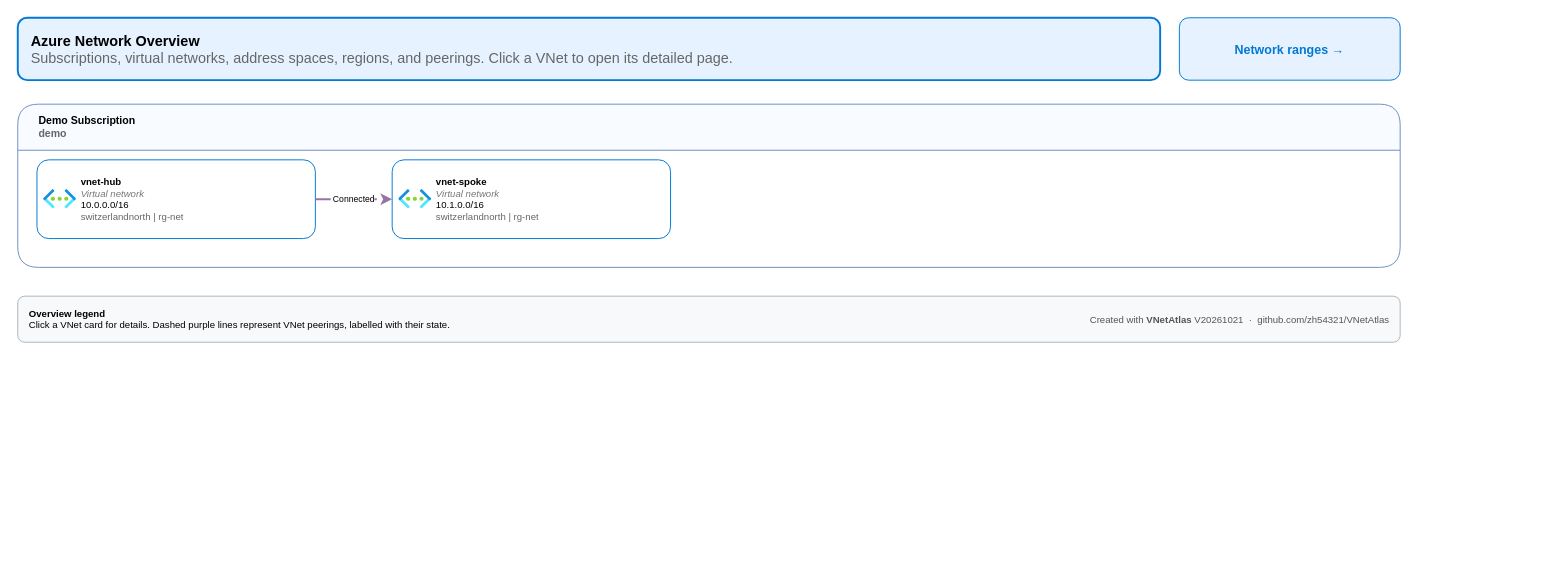
The draw.io diagram page "Network Overview" (1 of 17) of sample-network.drawio in zh54321/VNetAtlas, before the edit. Source tidied: cells renumbered, new cells numbered last; positions are measured from the earlier drawing's top-left corner, leaving out a move shared by most shapes. Both pictures are drawn from the tidied source at 96%, with x=0, y=0 at pixel (17, 17).
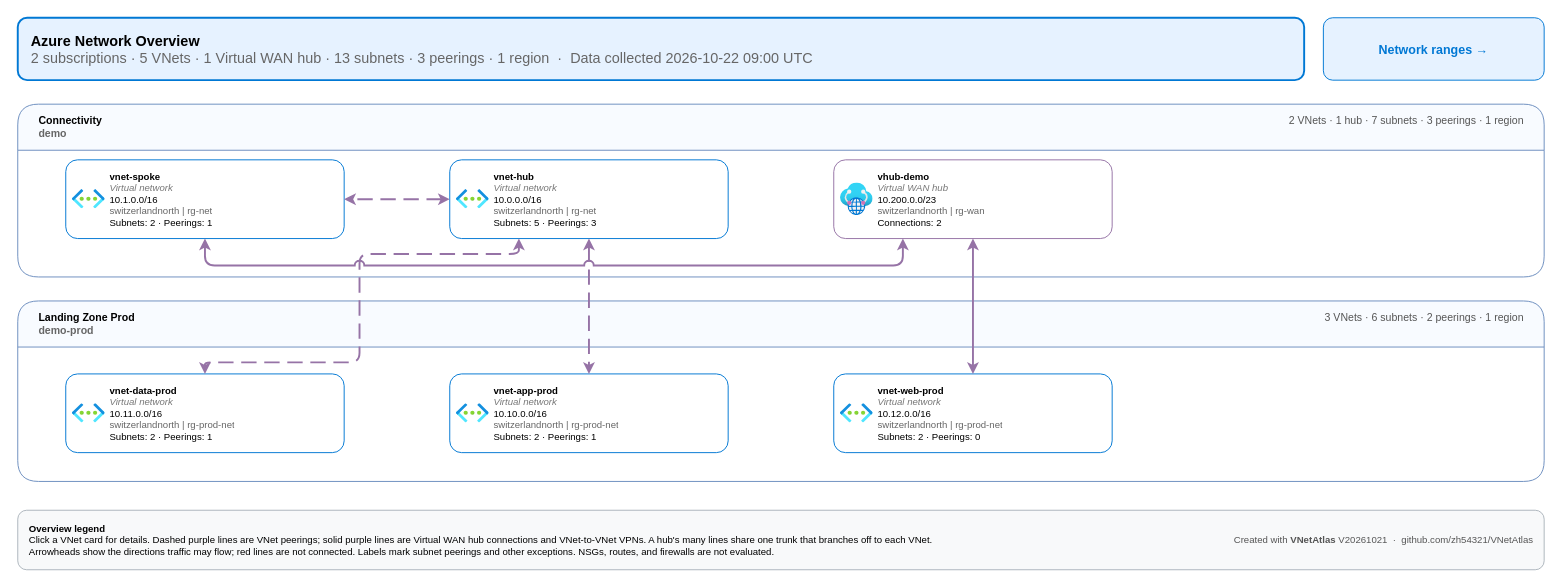
The same diagram, later.

What changed in the source:
```diff
@@
+    <mxCell id="11" parent="0" />
-    <mxCell id="3" value="&lt;b&gt;Azure Network Overview&lt;/b&gt;&lt;br&gt;&lt;font color='#666666'&gt;Subscriptions, virtual networks, address spaces, regions, and peerings. Click a VNet to open its detailed page.&lt;/font&gt;" style="rounded=1;whiteSpace=wrap;html=1;fillColor=light-dark(#e6f2ff,#1d2d40);strokeColor=light-dark(#0078d4,#4a9be0);strokeWidth=2;fontSize=15;align=left;spacingLeft=12;fontColor=light-dark(#000000,#dcdde0);" parent="1" vertex="1">
-      <mxGeometry width="1190" height="65" as="geometry" />
+    <mxCell id="3" value="&lt;b&gt;Azure Network Overview&lt;/b&gt;&lt;br&gt;&lt;font color='#666666'&gt;2 subscriptions &amp;#183; 5 VNets &amp;#183; 1 Virtual WAN hub &amp;#183; 13 subnets &amp;#183; 3 peerings &amp;#183; 1 region &amp;nbsp;&amp;#183;&amp;nbsp; Data collected 2026-10-22 09:00 UTC&lt;/font&gt;" style="rounded=1;whiteSpace=wrap;html=1;fillColor=light-dark(#e6f2ff,#1d2d40);strokeColor=light-dark(#0078d4,#4a9be0);strokeWidth=2;fontSize=15;align=left;spacingLeft=12;fontColor=light-dark(#000000,#dcdde0);" parent="1" vertex="1">
+      <mxGeometry width="1340" height="65" as="geometry" />
     </mxCell>
     <mxCell id="4" value="Network ranges &amp;#8594;" style="rounded=1;whiteSpace=wrap;html=1;fillColor=light-dark(#e6f2ff,#1d2d40);strokeColor=light-dark(#0078d4,#4a9be0);fontColor=light-dark(#0078d4,#6cb6ff);fontStyle=1;fontSize=13;" parent="1" vertex="1">
-      <mxGeometry x="1210" width="230" height="65" as="geometry" />
+      <mxGeometry x="1360" width="230" height="65" as="geometry" />
     </mxCell>
-    <mxCell id="5" value="&lt;b&gt;Demo Subscription&lt;/b&gt;&lt;br&gt;&lt;font color='#666666'&gt;demo&lt;/font&gt;" style="swimlane;html=1;rounded=1;startSize=48;fillColor=light-dark(#f8fbff,#22272e);strokeColor=light-dark(#6c8ebf,#5f7fae);fontSize=11;align=left;spacingLeft=20;fontColor=light-dark(#000000,#dcdde0);" parent="1" vertex="1">
-      <mxGeometry y="90" width="1440" height="170" as="geometry" />
+    <mxCell id="5" value="&lt;b&gt;Connectivity&lt;/b&gt;&lt;br&gt;&lt;font color='#666666'&gt;demo&lt;/font&gt;" style="swimlane;html=1;rounded=1;startSize=48;fillColor=light-dark(#f8fbff,#22272e);strokeColor=light-dark(#6c8ebf,#5f7fae);fontSize=11;align=left;spacingLeft=20;fontColor=light-dark(#000000,#dcdde0);" parent="1" vertex="1">
+      <mxGeometry y="90" width="1590" height="180" as="geometry" />
     </mxCell>
+    <mxCell id="12" value="2 VNets &amp;#183; 1 hub &amp;#183; 7 subnets &amp;#183; 3 peerings &amp;#183; 1 region" style="text;html=1;align=right;verticalAlign=middle;fontSize=11;fontColor=light-dark(#555555,#a0a4aa);" parent="5" vertex="1">
+      <mxGeometry x="1130" y="7" width="440" height="20" as="geometry" />
+    </mxCell>
-    <mxCell id="6" value="&lt;b&gt;vnet-hub&lt;/b&gt;&lt;br&gt;&lt;font color='#777777'&gt;&lt;i&gt;Virtual network&lt;/i&gt;&lt;/font&gt;&lt;br&gt;10.0.0.0/16&lt;br&gt;&lt;font color='#666666'&gt;switzerlandnorth | rg-net&lt;/font&gt;" style="shape=label;rounded=1;whiteSpace=wrap;html=1;image=img/lib/azure2/networking/Virtual_Networks.svg;imageWidth=34;imageHeight=20;imageAlign=left;imageVerticalAlign=middle;spacingLeft=44;align=left;verticalAlign=middle;fillColor=light-dark(#ffffff,#2b2d31);strokeColor=light-dark(#0078d4,#4a9be0);fontSize=10;overflow=hidden;fontColor=light-dark(#000000,#dcdde0);" parent="5" vertex="1">
-      <mxGeometry x="20" y="58" width="290" height="82" as="geometry" />
+    <mxCell id="6" value="&lt;b&gt;vnet-spoke&lt;/b&gt;&lt;br&gt;&lt;font color='#777777'&gt;&lt;i&gt;Virtual network&lt;/i&gt;&lt;/font&gt;&lt;br&gt;10.1.0.0/16&lt;br&gt;&lt;font color='#666666'&gt;switzerlandnorth | rg-net&lt;/font&gt;&lt;br&gt;Subnets: 2 &amp;#183; Peerings: 1" style="shape=label;rounded=1;whiteSpace=wrap;html=1;image=img/lib/azure2/networking/Virtual_Networks.svg;imageWidth=34;imageHeight=20;imageAlign=left;imageVerticalAlign=middle;spacingLeft=44;align=left;verticalAlign=middle;fillColor=light-dark(#ffffff,#2b2d31);strokeColor=light-dark(#0078d4,#4a9be0);fontSize=10;overflow=hidden;fontColor=light-dark(#000000,#dcdde0);" parent="5" vertex="1">
+      <mxGeometry x="50" y="58" width="290" height="82" as="geometry" />
     </mxCell>
-    <mxCell id="7" value="&lt;b&gt;vnet-spoke&lt;/b&gt;&lt;br&gt;&lt;font color='#777777'&gt;&lt;i&gt;Virtual network&lt;/i&gt;&lt;/font&gt;&lt;br&gt;10.1.0.0/16&lt;br&gt;&lt;font color='#666666'&gt;switzerlandnorth | rg-net&lt;/font&gt;" style="shape=label;rounded=1;whiteSpace=wrap;html=1;image=img/lib/azure2/networking/Virtual_Networks.svg;imageWidth=34;imageHeight=20;imageAlign=left;imageVerticalAlign=middle;spacingLeft=44;align=left;verticalAlign=middle;fillColor=light-dark(#ffffff,#2b2d31);strokeColor=light-dark(#0078d4,#4a9be0);fontSize=10;overflow=hidden;fontColor=light-dark(#000000,#dcdde0);" parent="5" vertex="1">
-      <mxGeometry x="390" y="58" width="290" height="82" as="geometry" />
+    <mxCell id="7" value="&lt;b&gt;vnet-hub&lt;/b&gt;&lt;br&gt;&lt;font color='#777777'&gt;&lt;i&gt;Virtual network&lt;/i&gt;&lt;/font&gt;&lt;br&gt;10.0.0.0/16&lt;br&gt;&lt;font color='#666666'&gt;switzerlandnorth | rg-net&lt;/font&gt;&lt;br&gt;Subnets: 5 &amp;#183; Peerings: 3" style="shape=label;rounded=1;whiteSpace=wrap;html=1;image=img/lib/azure2/networking/Virtual_Networks.svg;imageWidth=34;imageHeight=20;imageAlign=left;imageVerticalAlign=middle;spacingLeft=44;align=left;verticalAlign=middle;fillColor=light-dark(#ffffff,#2b2d31);strokeColor=light-dark(#0078d4,#4a9be0);fontSize=10;overflow=hidden;fontColor=light-dark(#000000,#dcdde0);" parent="5" vertex="1">
+      <mxGeometry x="450" y="58" width="290" height="82" as="geometry" />
     </mxCell>
+    <mxCell id="13" value="&lt;b&gt;vhub-demo&lt;/b&gt;&lt;br&gt;&lt;font color='#777777'&gt;&lt;i&gt;Virtual WAN hub&lt;/i&gt;&lt;/font&gt;&lt;br&gt;10.200.0.0/23&lt;br&gt;&lt;font color='#666666'&gt;switzerlandnorth | rg-wan&lt;/font&gt;&lt;br&gt;Connections: 2" style="shape=label;rounded=1;whiteSpace=wrap;html=1;image=img/lib/azure2/networking/Virtual_WANs.svg;imageWidth=34;imageHeight=34;imageAlign=left;imageVerticalAlign=middle;spacingLeft=44;align=left;verticalAlign=middle;fillColor=light-dark(#ffffff,#2b2d31);strokeColor=light-dark(#9673a6,#9c84c4);fontSize=10;overflow=hidden;fontColor=light-dark(#000000,#dcdde0);" parent="5" vertex="1">
+      <mxGeometry x="850" y="58" width="290" height="82" as="geometry" />
+    </mxCell>
+    <mxCell id="14" value="&lt;b&gt;Landing Zone Prod&lt;/b&gt;&lt;br&gt;&lt;font color='#666666'&gt;demo-prod&lt;/font&gt;" style="swimlane;html=1;rounded=1;startSize=48;fillColor=light-dark(#f8fbff,#22272e);strokeColor=light-dark(#6c8ebf,#5f7fae);fontSize=11;align=left;spacingLeft=20;fontColor=light-dark(#000000,#dcdde0);" parent="1" vertex="1">
+      <mxGeometry y="295" width="1590" height="188" as="geometry" />
+    </mxCell>
+    <mxCell id="15" value="3 VNets &amp;#183; 6 subnets &amp;#183; 2 peerings &amp;#183; 1 region" style="text;html=1;align=right;verticalAlign=middle;fontSize=11;fontColor=light-dark(#555555,#a0a4aa);" parent="14" vertex="1">
+      <mxGeometry x="1130" y="7" width="440" height="20" as="geometry" />
+    </mxCell>
+    <mxCell id="16" value="&lt;b&gt;vnet-data-prod&lt;/b&gt;&lt;br&gt;&lt;font color='#777777'&gt;&lt;i&gt;Virtual network&lt;/i&gt;&lt;/font&gt;&lt;br&gt;10.11.0.0/16&lt;br&gt;&lt;font color='#666666'&gt;switzerlandnorth | rg-prod-net&lt;/font&gt;&lt;br&gt;Subnets: 2 &amp;#183; Peerings: 1" style="shape=label;rounded=1;whiteSpace=wrap;html=1;image=img/lib/azure2/networking/Virtual_Networks.svg;imageWidth=34;imageHeight=20;imageAlign=left;imageVerticalAlign=middle;spacingLeft=44;align=left;verticalAlign=middle;fillColor=light-dark(#ffffff,#2b2d31);strokeColor=light-dark(#0078d4,#4a9be0);fontSize=10;overflow=hidden;fontColor=light-dark(#000000,#dcdde0);" parent="14" vertex="1">
+      <mxGeometry x="50" y="76" width="290" height="82" as="geometry" />
+    </mxCell>
+    <mxCell id="17" value="&lt;b&gt;vnet-app-prod&lt;/b&gt;&lt;br&gt;&lt;font color='#777777'&gt;&lt;i&gt;Virtual network&lt;/i&gt;&lt;/font&gt;&lt;br&gt;10.10.0.0/16&lt;br&gt;&lt;font color='#666666'&gt;switzerlandnorth | rg-prod-net&lt;/font&gt;&lt;br&gt;Subnets: 2 &amp;#183; Peerings: 1" style="shape=label;rounded=1;whiteSpace=wrap;html=1;image=img/lib/azure2/networking/Virtual_Networks.svg;imageWidth=34;imageHeight=20;imageAlign=left;imageVerticalAlign=middle;spacingLeft=44;align=left;verticalAlign=middle;fillColor=light-dark(#ffffff,#2b2d31);strokeColor=light-dark(#0078d4,#4a9be0);fontSize=10;overflow=hidden;fontColor=light-dark(#000000,#dcdde0);" parent="14" vertex="1">
+      <mxGeometry x="450" y="76" width="290" height="82" as="geometry" />
+    </mxCell>
+    <mxCell id="18" value="&lt;b&gt;vnet-web-prod&lt;/b&gt;&lt;br&gt;&lt;font color='#777777'&gt;&lt;i&gt;Virtual network&lt;/i&gt;&lt;/font&gt;&lt;br&gt;10.12.0.0/16&lt;br&gt;&lt;font color='#666666'&gt;switzerlandnorth | rg-prod-net&lt;/font&gt;&lt;br&gt;Subnets: 2 &amp;#183; Peerings: 0" style="shape=label;rounded=1;whiteSpace=wrap;html=1;image=img/lib/azure2/networking/Virtual_Networks.svg;imageWidth=34;imageHeight=20;imageAlign=left;imageVerticalAlign=middle;spacingLeft=44;align=left;verticalAlign=middle;fillColor=light-dark(#ffffff,#2b2d31);strokeColor=light-dark(#0078d4,#4a9be0);fontSize=10;overflow=hidden;fontColor=light-dark(#000000,#dcdde0);" parent="14" vertex="1">
+      <mxGeometry x="850" y="76" width="290" height="82" as="geometry" />
+    </mxCell>
-    <mxCell id="8" value="Connected" style="edgeStyle=orthogonalEdgeStyle;rounded=1;jettySize=20;html=1;dashed=1;dashPattern=8 4;strokeColor=light-dark(#9673a6,#9c84c4);strokeWidth=2;fontSize=9;jumpStyle=arc;jumpSize=8;labelBackgroundColor=light-dark(#ffffff,#1e1f22);sourcePerimeterSpacing=4;targetPerimeterSpacing=4;exitX=1;exitY=0.5;entryX=0;entryY=0.5;exitPerimeter=1;entryPerimeter=1;fontColor=light-dark(#000000,#dcdde0);" parent="2" edge="1" source="6" target="7">
+    <mxCell id="8" style="edgeStyle=orthogonalEdgeStyle;rounded=1;html=1;dashed=1;dashPattern=8 4;strokeColor=light-dark(#9673a6,#9c84c4);strokeWidth=2;startArrow=classic;startFill=1;endArrow=classic;endFill=1;fontSize=9;jumpStyle=arc;jumpSize=8;labelBackgroundColor=light-dark(#ffffff,#1e1f22);exitX=0;exitY=0.5;entryX=1;entryY=0.5;exitPerimeter=0;entryPerimeter=0;fontColor=light-dark(#000000,#dcdde0);" parent="2" edge="1" source="7" target="6">
       <mxGeometry relative="1" as="geometry" />
     </mxCell>
+    <mxCell id="19" style="edgeStyle=orthogonalEdgeStyle;rounded=1;html=1;dashed=1;dashPattern=8 4;strokeColor=light-dark(#9673a6,#9c84c4);strokeWidth=2;startArrow=classic;startFill=1;endArrow=classic;endFill=1;fontSize=9;jumpStyle=arc;jumpSize=8;labelBackgroundColor=light-dark(#ffffff,#1e1f22);exitX=0.5;exitY=1;entryX=0.5;entryY=0;exitPerimeter=0;entryPerimeter=0;fontColor=light-dark(#000000,#dcdde0);" parent="2" edge="1" source="7" target="17">
+      <mxGeometry relative="1" as="geometry" />
+    </mxCell>
+    <mxCell id="20" style="edgeStyle=orthogonalEdgeStyle;rounded=1;html=1;dashed=1;dashPattern=8 4;strokeColor=light-dark(#9673a6,#9c84c4);strokeWidth=2;startArrow=classic;startFill=1;endArrow=classic;endFill=1;fontSize=9;jumpStyle=arc;jumpSize=8;labelBackgroundColor=light-dark(#ffffff,#1e1f22);exitX=0.248276;exitY=1;entryX=0.5;entryY=0;exitPerimeter=0;entryPerimeter=0;fontColor=light-dark(#000000,#dcdde0);" parent="2" edge="1" source="7" target="16">
+      <mxGeometry relative="1" as="geometry">
+        <Array as="points">
+          <mxPoint x="522" y="246" />
+          <mxPoint x="356" y="246" />
+          <mxPoint x="356" y="359" />
+          <mxPoint x="195" y="359" />
+        </Array>
+      </mxGeometry>
+    </mxCell>
+    <mxCell id="21" style="edgeStyle=orthogonalEdgeStyle;rounded=1;html=1;strokeColor=light-dark(#9673a6,#9c84c4);strokeWidth=2;startArrow=classic;startFill=1;endArrow=classic;endFill=1;fontSize=9;jumpStyle=arc;jumpSize=8;labelBackgroundColor=light-dark(#ffffff,#1e1f22);exitX=0.5;exitY=1;entryX=0.248276;entryY=1;exitPerimeter=0;entryPerimeter=0;fontColor=light-dark(#000000,#dcdde0);" parent="11" edge="1" source="6" target="13">
+      <mxGeometry relative="1" as="geometry">
+        <Array as="points">
+          <mxPoint x="195" y="258" />
+          <mxPoint x="922" y="258" />
+        </Array>
+      </mxGeometry>
+    </mxCell>
+    <mxCell id="22" style="edgeStyle=orthogonalEdgeStyle;rounded=1;html=1;strokeColor=light-dark(#9673a6,#9c84c4);strokeWidth=2;startArrow=classic;startFill=1;endArrow=classic;endFill=1;fontSize=9;jumpStyle=arc;jumpSize=8;labelBackgroundColor=light-dark(#ffffff,#1e1f22);exitX=0.5;exitY=0;entryX=0.5;entryY=1;exitPerimeter=0;entryPerimeter=0;fontColor=light-dark(#000000,#dcdde0);" parent="11" edge="1" source="18" target="13">
+      <mxGeometry relative="1" as="geometry" />
+    </mxCell>
-    <mxCell id="9" value="&lt;b&gt;Overview legend&lt;/b&gt;&lt;br&gt;Click a VNet card for details. Dashed purple lines represent VNet peerings, labelled with their state." style="rounded=1;whiteSpace=wrap;html=1;fillColor=light-dark(#f8f9fa,#26282c);strokeColor=light-dark(#adb5bd,#4a4f57);fontSize=10;align=left;spacingLeft=10;fontColor=light-dark(#000000,#dcdde0);" parent="1" vertex="1">
-      <mxGeometry y="290" width="1440" height="48" as="geometry" />
+    <mxCell id="9" value="&lt;b&gt;Overview legend&lt;/b&gt;&lt;br&gt;Click a VNet card for details. Dashed purple lines are VNet peerings; solid purple lines are Virtual WAN hub connections and VNet-to-VNet VPNs. A hub's many lines share one trunk that branches off to each VNet.&lt;br&gt;Arrowheads show the directions traffic may flow; red lines are not connected. Labels mark subnet peerings and other exceptions. NSGs, routes, and firewalls are not evaluated." style="rounded=1;whiteSpace=wrap;html=1;fillColor=light-dark(#f8f9fa,#26282c);strokeColor=light-dark(#adb5bd,#4a4f57);fontSize=10;align=left;spacingLeft=10;fontColor=light-dark(#000000,#dcdde0);" parent="1" vertex="1">
+      <mxGeometry y="513" width="1590" height="62" as="geometry" />
     </mxCell>
     <mxCell id="10" value="Created with &lt;b&gt;VNetAtlas&lt;/b&gt; V20261021 &amp;nbsp;&amp;#183;&amp;nbsp; github.com/zh54321/VNetAtlas" style="text;html=1;align=right;verticalAlign=middle;fontSize=10;fontColor=light-dark(#555555,#a0a4aa);" parent="1" vertex="1">
-      <mxGeometry x="1020" y="304" width="410" height="20" as="geometry" />
+      <mxGeometry x="1170" y="534" width="410" height="20" as="geometry" />
     </mxCell>
```
